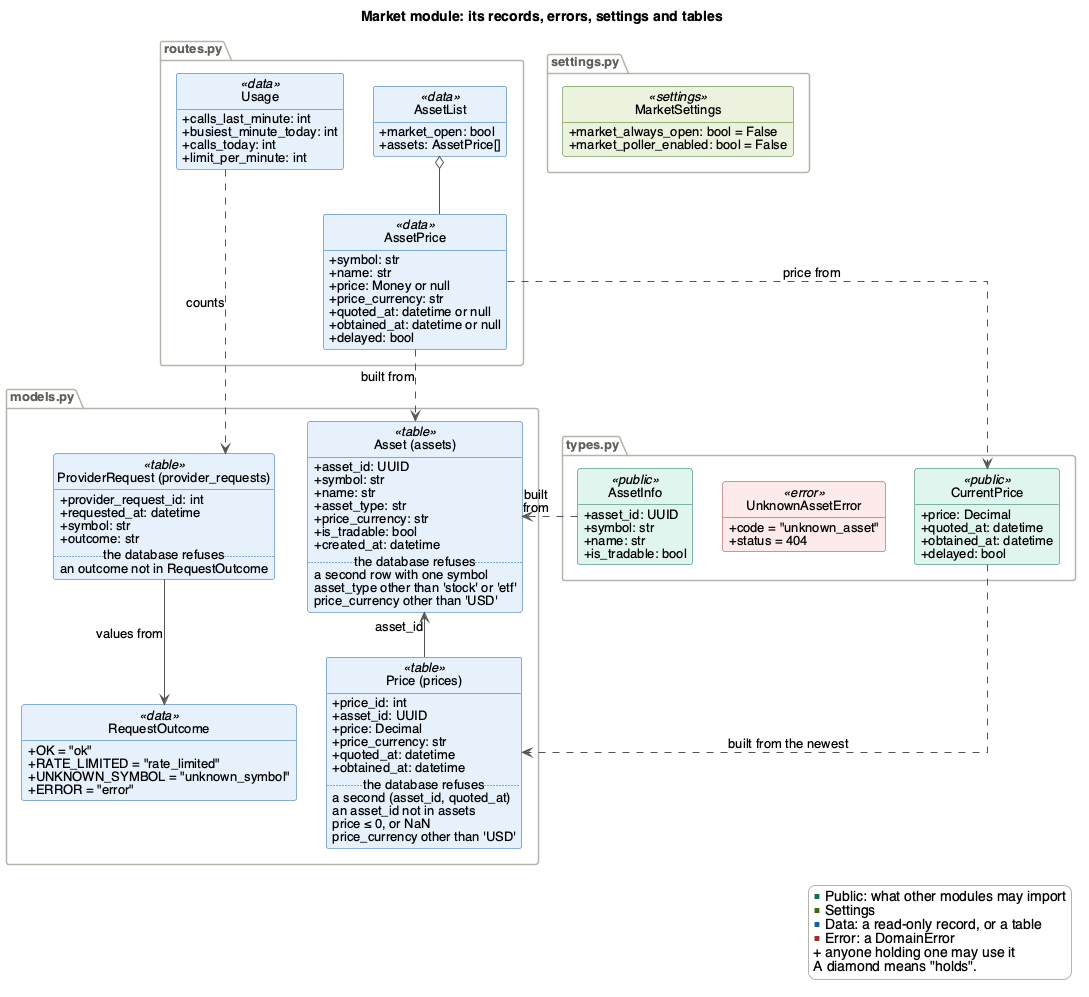
Before: docs/Design/SoftArchitecture/figures/market-data.png, a diagram exported from PlantUML (davislenover/BurnNEarn).
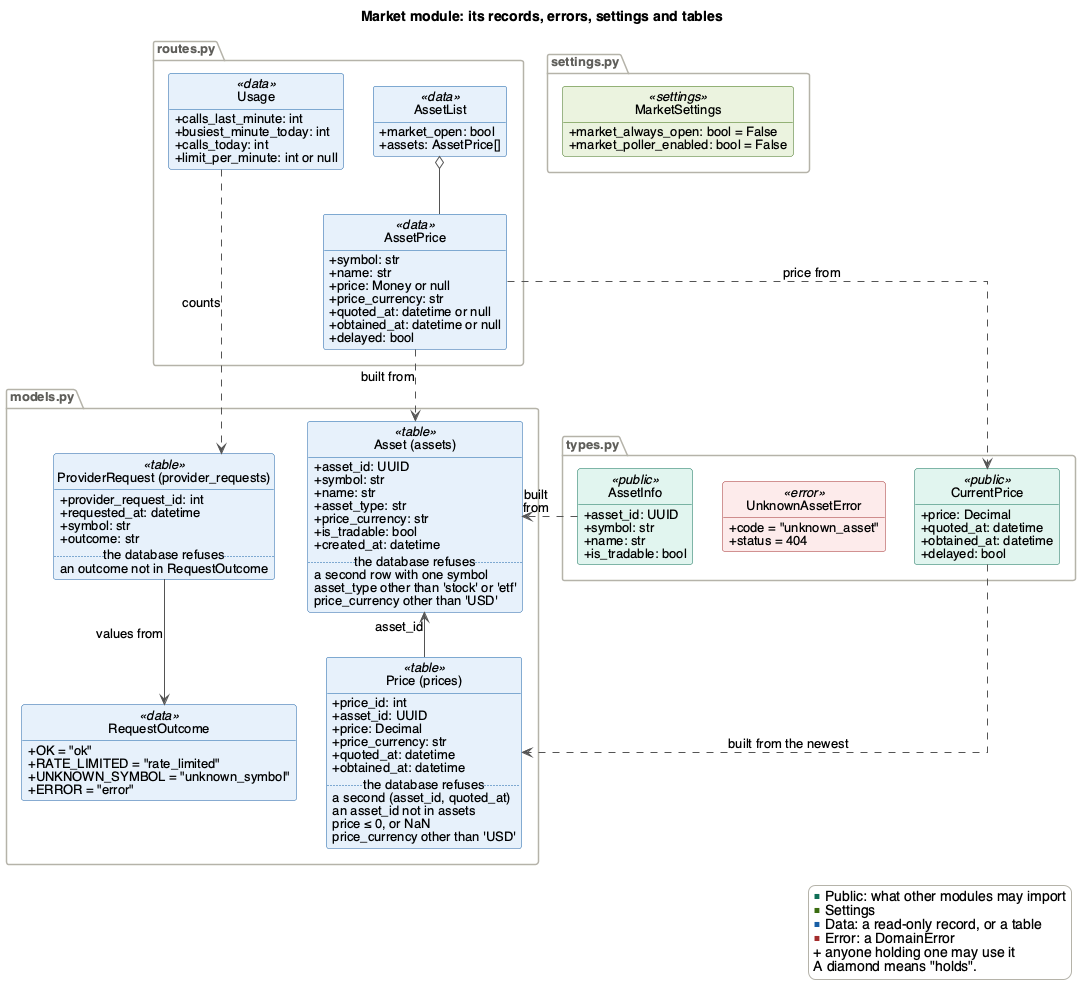
The same diagram one commit later.

Change to the diagram source:
```diff
@@ -40,7 +40,7 @@
     + calls_last_minute: int
     + busiest_minute_today: int
     + calls_today: int
-    + limit_per_minute: int
+    + limit_per_minute: int or null
   }
 }
 
```
